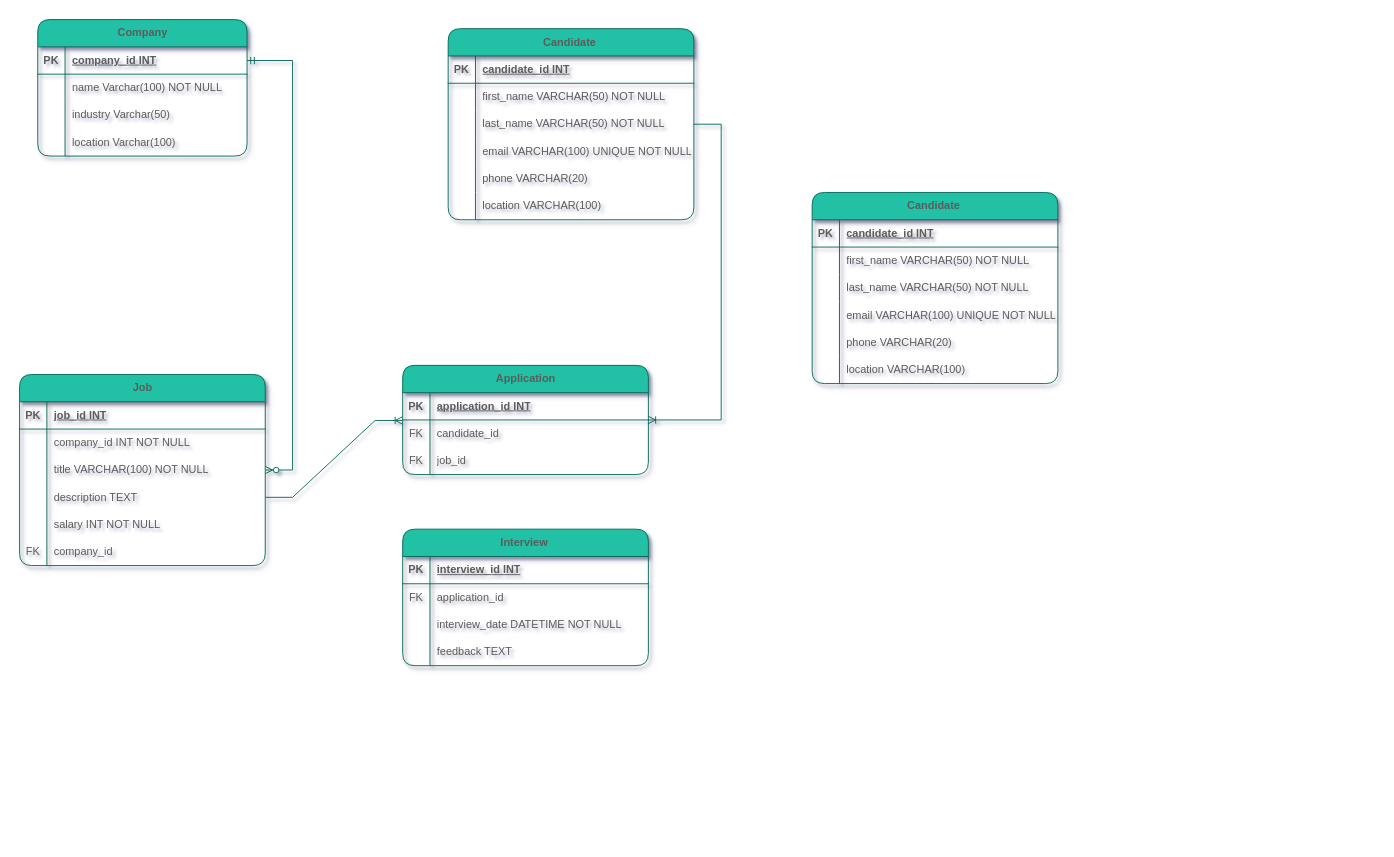
The draw.io diagram recruitment_agency .drawio in er1k23/DB_Diagrams, before the edit. Source tidied: cells renumbered, new cells numbered last; positions are measured from the earlier drawing's top-left corner, leaving out a move shared by most shapes. Both pictures are drawn from the tidied source at 91%, with x=0, y=0 at pixel (-16, 19).
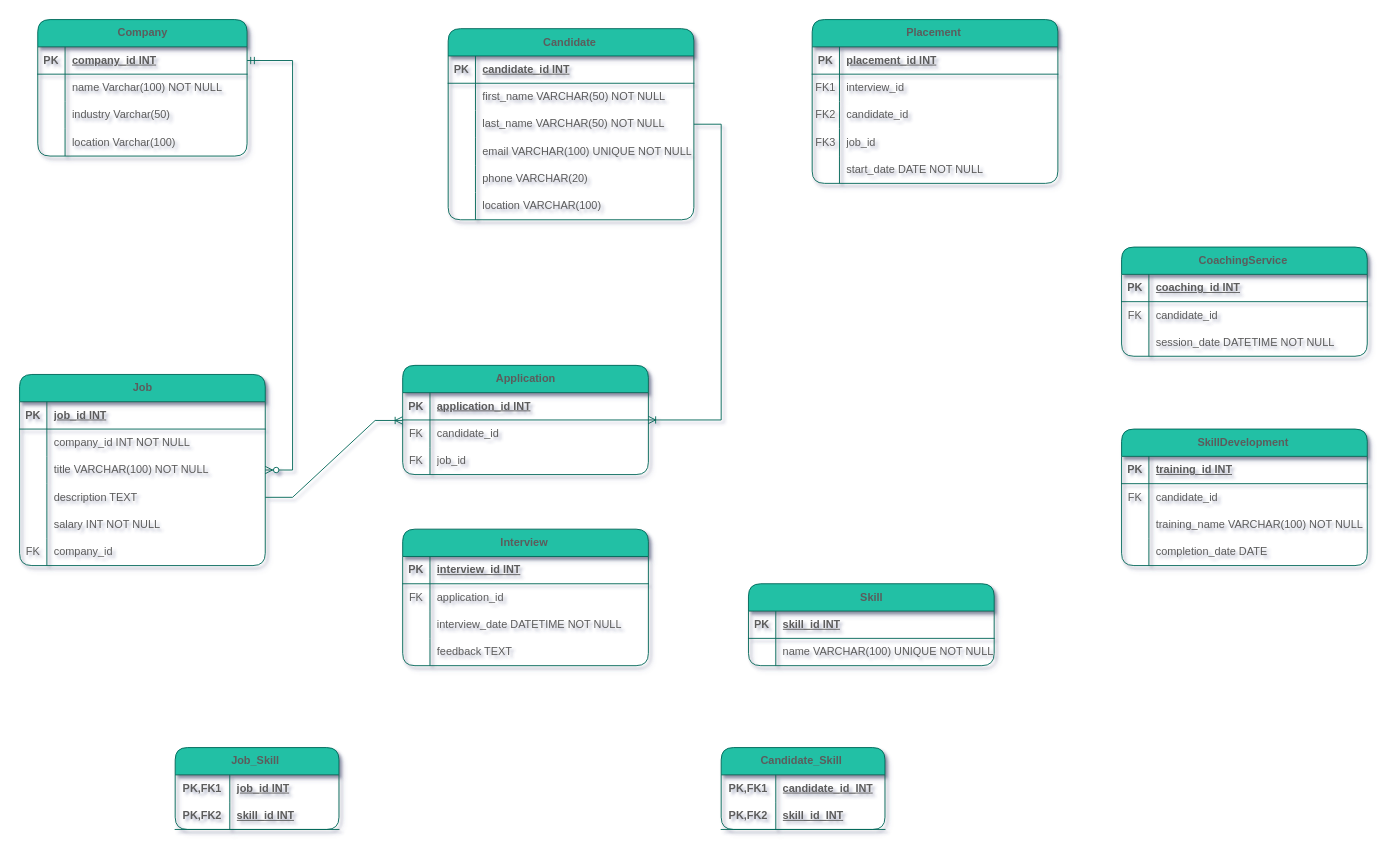
After the change.

The change refers to these unchanged cells:
```xml
<mxCell id="80" style="shape=tableRow;horizontal=0;startSize=0;swimlaneHead=0;swimlaneBody=0;fillColor=none;top=0;left=0;right=0;bottom=1;rounded=1;labelBackgroundColor=none;strokeColor=#006658;fontColor=#5C5C5C;" parent="79" vertex="1">
  <mxGeometry y="30" width="270" height="30" as="geometry" />
</mxCell>
<mxCell id="83" style="shape=tableRow;horizontal=0;startSize=0;swimlaneHead=0;swimlaneBody=0;fillColor=none;top=0;left=0;right=0;bottom=0;rounded=1;labelBackgroundColor=none;strokeColor=#006658;fontColor=#5C5C5C;" parent="79" vertex="1">
  <mxGeometry y="60" width="270" height="30" as="geometry" />
</mxCell>
<mxCell id="86" style="shape=tableRow;horizontal=0;startSize=0;swimlaneHead=0;swimlaneBody=0;fillColor=none;top=0;left=0;right=0;bottom=0;rounded=1;labelBackgroundColor=none;strokeColor=#006658;fontColor=#5C5C5C;" parent="79" vertex="1">
  <mxGeometry y="90" width="270" height="30" as="geometry" />
</mxCell>
<mxCell id="89" style="shape=tableRow;horizontal=0;startSize=0;swimlaneHead=0;swimlaneBody=0;fillColor=none;top=0;left=0;right=0;bottom=0;rounded=1;labelBackgroundColor=none;strokeColor=#006658;fontColor=#5C5C5C;" parent="79" vertex="1">
  <mxGeometry y="120" width="270" height="30" as="geometry" />
</mxCell>
<mxCell id="92" style="shape=tableRow;horizontal=0;startSize=0;swimlaneHead=0;swimlaneBody=0;fillColor=none;top=0;left=0;right=0;bottom=0;rounded=1;labelBackgroundColor=none;strokeColor=#006658;fontColor=#5C5C5C;" parent="79" vertex="1">
  <mxGeometry y="150" width="270" height="30" as="geometry" />
</mxCell>
```

The edit, as a diff of the source:
```diff
@@
-    <mxCell id="79" value="Candidate&amp;nbsp; " style="shape=table;startSize=30;childLayout=tableLayout;rowLines=0;fontStyle=1;align=center;html=1;rounded=1;shadow=1;labelBackgroundColor=none;fillColor=#21C0A5;strokeColor=#006658;fontColor=#5C5C5C;" parent="1" vertex="1">
-      <mxGeometry x="910" y="190" width="270" height="210" as="geometry" />
+    <mxCell id="79" value="Placement&amp;nbsp; " style="shape=table;startSize=30;childLayout=tableLayout;rowLines=0;fontStyle=1;align=center;html=1;rounded=1;shadow=1;labelBackgroundColor=none;fillColor=#21C0A5;strokeColor=#006658;fontColor=#5C5C5C;" parent="1" vertex="1">
+      <mxGeometry x="910" width="270" height="180" as="geometry" />
     </mxCell>
@@
-    <mxCell id="82" value="candidate_id INT" style="shape=partialRectangle;fillColor=none;top=0;left=0;bottom=0;right=0;align=left;spacingLeft=6;fontStyle=5;overflow=hidden;whiteSpace=wrap;html=1;rounded=1;labelBackgroundColor=none;strokeColor=#006658;fontColor=#5C5C5C;" parent="80" vertex="1">
+    <mxCell id="82" value="placement_id INT" style="shape=partialRectangle;fillColor=none;top=0;left=0;bottom=0;right=0;align=left;spacingLeft=6;fontStyle=5;overflow=hidden;whiteSpace=wrap;html=1;rounded=1;labelBackgroundColor=none;strokeColor=#006658;fontColor=#5C5C5C;" parent="80" vertex="1">
       <mxGeometry x="30" width="240" height="30" as="geometry" />
     </mxCell>
@@
-    <mxCell id="84" style="shape=partialRectangle;fillColor=none;top=0;left=0;bottom=0;right=0;overflow=hidden;whiteSpace=wrap;html=1;rounded=1;labelBackgroundColor=none;strokeColor=#006658;fontColor=#5C5C5C;" parent="83" vertex="1">
+    <mxCell id="84" value="FK1" style="shape=partialRectangle;fillColor=none;top=0;left=0;bottom=0;right=0;overflow=hidden;whiteSpace=wrap;html=1;rounded=1;labelBackgroundColor=none;strokeColor=#006658;fontColor=#5C5C5C;" parent="83" vertex="1">
       <mxGeometry width="30" height="30" as="geometry" />
     </mxCell>
-    <mxCell id="85" value="&lt;div&gt;first_name VARCHAR(50) NOT NULL&lt;/div&gt;" style="shape=partialRectangle;fillColor=none;top=0;left=0;bottom=0;right=0;align=left;spacingLeft=6;overflow=hidden;whiteSpace=wrap;html=1;rounded=1;labelBackgroundColor=none;strokeColor=#006658;fontColor=#5C5C5C;" parent="83" vertex="1">
+    <mxCell id="85" value="&lt;div&gt;interview_id&amp;nbsp;&lt;/div&gt;" style="shape=partialRectangle;fillColor=none;top=0;left=0;bottom=0;right=0;align=left;spacingLeft=6;overflow=hidden;whiteSpace=wrap;html=1;rounded=1;labelBackgroundColor=none;strokeColor=#006658;fontColor=#5C5C5C;" parent="83" vertex="1">
       <mxGeometry x="30" width="240" height="30" as="geometry" />
     </mxCell>
@@
-    <mxCell id="87" style="shape=partialRectangle;fillColor=none;top=0;left=0;bottom=0;right=0;overflow=hidden;whiteSpace=wrap;html=1;rounded=1;labelBackgroundColor=none;strokeColor=#006658;fontColor=#5C5C5C;" parent="86" vertex="1">
+    <mxCell id="87" value="FK2" style="shape=partialRectangle;fillColor=none;top=0;left=0;bottom=0;right=0;overflow=hidden;whiteSpace=wrap;html=1;rounded=1;labelBackgroundColor=none;strokeColor=#006658;fontColor=#5C5C5C;" parent="86" vertex="1">
       <mxGeometry width="30" height="30" as="geometry" />
     </mxCell>
-    <mxCell id="88" value="last_name VARCHAR(50) NOT NULL" style="shape=partialRectangle;fillColor=none;top=0;left=0;bottom=0;right=0;align=left;spacingLeft=6;overflow=hidden;whiteSpace=wrap;html=1;rounded=1;labelBackgroundColor=none;strokeColor=#006658;fontColor=#5C5C5C;" parent="86" vertex="1">
+    <mxCell id="88" value="candidate_id&amp;nbsp;" style="shape=partialRectangle;fillColor=none;top=0;left=0;bottom=0;right=0;align=left;spacingLeft=6;overflow=hidden;whiteSpace=wrap;html=1;rounded=1;labelBackgroundColor=none;strokeColor=#006658;fontColor=#5C5C5C;" parent="86" vertex="1">
       <mxGeometry x="30" width="240" height="30" as="geometry" />
     </mxCell>
@@
-    <mxCell id="90" style="shape=partialRectangle;fillColor=none;top=0;left=0;bottom=0;right=0;overflow=hidden;whiteSpace=wrap;html=1;rounded=1;labelBackgroundColor=none;strokeColor=#006658;fontColor=#5C5C5C;" parent="89" vertex="1">
+    <mxCell id="90" value="FK3" style="shape=partialRectangle;fillColor=none;top=0;left=0;bottom=0;right=0;overflow=hidden;whiteSpace=wrap;html=1;rounded=1;labelBackgroundColor=none;strokeColor=#006658;fontColor=#5C5C5C;" parent="89" vertex="1">
       <mxGeometry width="30" height="30" as="geometry" />
     </mxCell>
-    <mxCell id="91" value="email VARCHAR(100) UNIQUE NOT NULL" style="shape=partialRectangle;fillColor=none;top=0;left=0;bottom=0;right=0;align=left;spacingLeft=6;overflow=hidden;whiteSpace=wrap;html=1;rounded=1;labelBackgroundColor=none;strokeColor=#006658;fontColor=#5C5C5C;" parent="89" vertex="1">
+    <mxCell id="91" value="job_id&amp;nbsp;" style="shape=partialRectangle;fillColor=none;top=0;left=0;bottom=0;right=0;align=left;spacingLeft=6;overflow=hidden;whiteSpace=wrap;html=1;rounded=1;labelBackgroundColor=none;strokeColor=#006658;fontColor=#5C5C5C;" parent="89" vertex="1">
       <mxGeometry x="30" width="240" height="30" as="geometry" />
     </mxCell>
@@
-    <mxCell id="94" value="phone VARCHAR(20)" style="shape=partialRectangle;fillColor=none;top=0;left=0;bottom=0;right=0;align=left;spacingLeft=6;overflow=hidden;whiteSpace=wrap;html=1;rounded=1;labelBackgroundColor=none;strokeColor=#006658;fontColor=#5C5C5C;" parent="92" vertex="1">
+    <mxCell id="94" value="start_date DATE NOT NULL" style="shape=partialRectangle;fillColor=none;top=0;left=0;bottom=0;right=0;align=left;spacingLeft=6;overflow=hidden;whiteSpace=wrap;html=1;rounded=1;labelBackgroundColor=none;strokeColor=#006658;fontColor=#5C5C5C;" parent="92" vertex="1">
       <mxGeometry x="30" width="240" height="30" as="geometry" />
     </mxCell>
-    <mxCell id="95" style="shape=tableRow;horizontal=0;startSize=0;swimlaneHead=0;swimlaneBody=0;fillColor=none;top=0;left=0;right=0;bottom=0;rounded=1;labelBackgroundColor=none;strokeColor=#006658;fontColor=#5C5C5C;" parent="79" vertex="1">
-      <mxGeometry y="180" width="270" height="30" as="geometry" />
-    </mxCell>
-    <mxCell id="96" style="shape=partialRectangle;fillColor=none;top=0;left=0;bottom=0;right=0;overflow=hidden;whiteSpace=wrap;html=1;rounded=1;labelBackgroundColor=none;strokeColor=#006658;fontColor=#5C5C5C;" parent="95" vertex="1">
-      <mxGeometry width="30" height="30" as="geometry" />
-    </mxCell>
-    <mxCell id="97" value="location VARCHAR(100)" style="shape=partialRectangle;fillColor=none;top=0;left=0;bottom=0;right=0;align=left;spacingLeft=6;overflow=hidden;whiteSpace=wrap;html=1;rounded=1;labelBackgroundColor=none;strokeColor=#006658;fontColor=#5C5C5C;" parent="95" vertex="1">
-      <mxGeometry x="30" width="240" height="30" as="geometry" />
-    </mxCell>
+    <mxCell id="98" value="Skill" style="shape=table;startSize=30;childLayout=tableLayout;rowLines=0;fontStyle=1;align=center;html=1;rounded=1;shadow=1;labelBackgroundColor=none;fillColor=#21C0A5;strokeColor=#006658;fontColor=#5C5C5C;" parent="1" vertex="1">
+      <mxGeometry x="840" y="620" width="270" height="90" as="geometry" />
+    </mxCell>
+    <mxCell id="99" style="shape=tableRow;horizontal=0;startSize=0;swimlaneHead=0;swimlaneBody=0;fillColor=none;top=0;left=0;right=0;bottom=1;rounded=1;labelBackgroundColor=none;strokeColor=#006658;fontColor=#5C5C5C;" parent="98" vertex="1">
+      <mxGeometry y="30" width="270" height="30" as="geometry" />
+    </mxCell>
+    <mxCell id="100" value="PK" style="shape=partialRectangle;fillColor=none;top=0;left=0;bottom=0;right=0;fontStyle=1;overflow=hidden;whiteSpace=wrap;html=1;rounded=1;labelBackgroundColor=none;strokeColor=#006658;fontColor=#5C5C5C;" parent="99" vertex="1">
+      <mxGeometry width="30" height="30" as="geometry" />
+    </mxCell>
+    <mxCell id="101" value="skill_id INT" style="shape=partialRectangle;fillColor=none;top=0;left=0;bottom=0;right=0;align=left;spacingLeft=6;fontStyle=5;overflow=hidden;whiteSpace=wrap;html=1;rounded=1;labelBackgroundColor=none;strokeColor=#006658;fontColor=#5C5C5C;" parent="99" vertex="1">
+      <mxGeometry x="30" width="240" height="30" as="geometry" />
+    </mxCell>
+    <mxCell id="102" style="shape=tableRow;horizontal=0;startSize=0;swimlaneHead=0;swimlaneBody=0;fillColor=none;top=0;left=0;right=0;bottom=0;rounded=1;labelBackgroundColor=none;strokeColor=#006658;fontColor=#5C5C5C;" parent="98" vertex="1">
+      <mxGeometry y="60" width="270" height="30" as="geometry" />
+    </mxCell>
+    <mxCell id="103" style="shape=partialRectangle;fillColor=none;top=0;left=0;bottom=0;right=0;overflow=hidden;whiteSpace=wrap;html=1;rounded=1;labelBackgroundColor=none;strokeColor=#006658;fontColor=#5C5C5C;" parent="102" vertex="1">
+      <mxGeometry width="30" height="30" as="geometry" />
+    </mxCell>
+    <mxCell id="104" value="&lt;div&gt;name VARCHAR(100) UNIQUE NOT NULL&lt;/div&gt;" style="shape=partialRectangle;fillColor=none;top=0;left=0;bottom=0;right=0;align=left;spacingLeft=6;overflow=hidden;whiteSpace=wrap;html=1;rounded=1;labelBackgroundColor=none;strokeColor=#006658;fontColor=#5C5C5C;" parent="102" vertex="1">
+      <mxGeometry x="30" width="240" height="30" as="geometry" />
+    </mxCell>
+    <mxCell id="105" value="Candidate_Skill&amp;nbsp;" style="shape=table;startSize=30;childLayout=tableLayout;rowLines=0;fontStyle=1;align=center;html=1;whiteSpace=wrap;strokeColor=#006658;fontColor=#5C5C5C;fillColor=#21C0A5;rounded=1;shadow=1;" parent="1" vertex="1">
+      <mxGeometry x="810" y="800" width="180" height="90" as="geometry" />
+    </mxCell>
+    <mxCell id="106" style="shape=tableRow;horizontal=0;startSize=0;swimlaneHead=0;swimlaneBody=0;fillColor=none;top=0;left=0;right=0;bottom=0;html=1;strokeColor=#006658;fontColor=#5C5C5C;" parent="105" vertex="1">
+      <mxGeometry y="30" width="180" height="30" as="geometry" />
+    </mxCell>
+    <mxCell id="107" value="PK,FK1" style="shape=partialRectangle;fillColor=none;top=0;left=0;bottom=0;right=0;fontStyle=1;overflow=hidden;html=1;whiteSpace=wrap;strokeColor=#006658;fontColor=#5C5C5C;" parent="106" vertex="1">
+      <mxGeometry width="60" height="30" as="geometry" />
+    </mxCell>
+    <mxCell id="108" value="candidate_id_INT" style="shape=partialRectangle;fillColor=none;top=0;left=0;bottom=0;right=0;align=left;spacingLeft=6;fontStyle=5;overflow=hidden;html=1;whiteSpace=wrap;strokeColor=#006658;fontColor=#5C5C5C;" parent="106" vertex="1">
+      <mxGeometry x="60" width="120" height="30" as="geometry" />
+    </mxCell>
+    <mxCell id="109" style="shape=tableRow;horizontal=0;startSize=0;swimlaneHead=0;swimlaneBody=0;fillColor=none;top=0;left=0;right=0;bottom=1;html=1;strokeColor=#006658;fontColor=#5C5C5C;" parent="105" vertex="1">
+      <mxGeometry y="60" width="180" height="30" as="geometry" />
+    </mxCell>
+    <mxCell id="110" value="PK,FK2" style="shape=partialRectangle;fillColor=none;top=0;left=0;bottom=0;right=0;fontStyle=1;overflow=hidden;html=1;whiteSpace=wrap;strokeColor=#006658;fontColor=#5C5C5C;" parent="109" vertex="1">
+      <mxGeometry width="60" height="30" as="geometry" />
+    </mxCell>
+    <mxCell id="111" value="skill_id_INT" style="shape=partialRectangle;fillColor=none;top=0;left=0;bottom=0;right=0;align=left;spacingLeft=6;fontStyle=5;overflow=hidden;html=1;whiteSpace=wrap;strokeColor=#006658;fontColor=#5C5C5C;" parent="109" vertex="1">
+      <mxGeometry x="60" width="120" height="30" as="geometry" />
+    </mxCell>
+    <mxCell id="112" value="Job_Skill&amp;nbsp;" style="shape=table;startSize=30;childLayout=tableLayout;rowLines=0;fontStyle=1;align=center;html=1;whiteSpace=wrap;strokeColor=#006658;fontColor=#5C5C5C;fillColor=#21C0A5;rounded=1;shadow=1;" parent="1" vertex="1">
+      <mxGeometry x="210" y="800" width="180" height="90" as="geometry" />
+    </mxCell>
+    <mxCell id="113" style="shape=tableRow;horizontal=0;startSize=0;swimlaneHead=0;swimlaneBody=0;fillColor=none;top=0;left=0;right=0;bottom=0;html=1;strokeColor=#006658;fontColor=#5C5C5C;" parent="112" vertex="1">
+      <mxGeometry y="30" width="180" height="30" as="geometry" />
+    </mxCell>
+    <mxCell id="114" value="PK,FK1" style="shape=partialRectangle;fillColor=none;top=0;left=0;bottom=0;right=0;fontStyle=1;overflow=hidden;html=1;whiteSpace=wrap;strokeColor=#006658;fontColor=#5C5C5C;" parent="113" vertex="1">
+      <mxGeometry width="60" height="30" as="geometry" />
+    </mxCell>
+    <mxCell id="115" value="job_id INT" style="shape=partialRectangle;fillColor=none;top=0;left=0;bottom=0;right=0;align=left;spacingLeft=6;fontStyle=5;overflow=hidden;html=1;whiteSpace=wrap;strokeColor=#006658;fontColor=#5C5C5C;" parent="113" vertex="1">
+      <mxGeometry x="60" width="120" height="30" as="geometry" />
+    </mxCell>
+    <mxCell id="116" style="shape=tableRow;horizontal=0;startSize=0;swimlaneHead=0;swimlaneBody=0;fillColor=none;top=0;left=0;right=0;bottom=1;html=1;strokeColor=#006658;fontColor=#5C5C5C;" parent="112" vertex="1">
+      <mxGeometry y="60" width="180" height="30" as="geometry" />
+    </mxCell>
+    <mxCell id="117" value="PK,FK2" style="shape=partialRectangle;fillColor=none;top=0;left=0;bottom=0;right=0;fontStyle=1;overflow=hidden;html=1;whiteSpace=wrap;strokeColor=#006658;fontColor=#5C5C5C;" parent="116" vertex="1">
+      <mxGeometry width="60" height="30" as="geometry" />
+    </mxCell>
+    <mxCell id="118" value="skill_id&amp;nbsp;INT" style="shape=partialRectangle;fillColor=none;top=0;left=0;bottom=0;right=0;align=left;spacingLeft=6;fontStyle=5;overflow=hidden;html=1;whiteSpace=wrap;strokeColor=#006658;fontColor=#5C5C5C;" parent="116" vertex="1">
+      <mxGeometry x="60" width="120" height="30" as="geometry" />
+    </mxCell>
+    <mxCell id="119" value="SkillDevelopment&amp;nbsp;" style="shape=table;startSize=30;childLayout=tableLayout;rowLines=0;fontStyle=1;align=center;html=1;rounded=1;shadow=1;labelBackgroundColor=none;fillColor=#21C0A5;strokeColor=#006658;fontColor=#5C5C5C;" parent="1" vertex="1">
+      <mxGeometry x="1250" y="450" width="270" height="150" as="geometry" />
+    </mxCell>
+    <mxCell id="120" style="shape=tableRow;horizontal=0;startSize=0;swimlaneHead=0;swimlaneBody=0;fillColor=none;top=0;left=0;right=0;bottom=1;rounded=1;labelBackgroundColor=none;strokeColor=#006658;fontColor=#5C5C5C;" parent="119" vertex="1">
+      <mxGeometry y="30" width="270" height="30" as="geometry" />
+    </mxCell>
+    <mxCell id="121" value="PK" style="shape=partialRectangle;fillColor=none;top=0;left=0;bottom=0;right=0;fontStyle=1;overflow=hidden;whiteSpace=wrap;html=1;rounded=1;labelBackgroundColor=none;strokeColor=#006658;fontColor=#5C5C5C;" parent="120" vertex="1">
+      <mxGeometry width="30" height="30" as="geometry" />
+    </mxCell>
+    <mxCell id="122" value="training_id&amp;nbsp;INT" style="shape=partialRectangle;fillColor=none;top=0;left=0;bottom=0;right=0;align=left;spacingLeft=6;fontStyle=5;overflow=hidden;whiteSpace=wrap;html=1;rounded=1;labelBackgroundColor=none;strokeColor=#006658;fontColor=#5C5C5C;" parent="120" vertex="1">
+      <mxGeometry x="30" width="240" height="30" as="geometry" />
+    </mxCell>
+    <mxCell id="123" style="shape=tableRow;horizontal=0;startSize=0;swimlaneHead=0;swimlaneBody=0;fillColor=none;top=0;left=0;right=0;bottom=0;rounded=1;labelBackgroundColor=none;strokeColor=#006658;fontColor=#5C5C5C;" parent="119" vertex="1">
+      <mxGeometry y="60" width="270" height="30" as="geometry" />
+    </mxCell>
+    <mxCell id="124" value="FK" style="shape=partialRectangle;fillColor=none;top=0;left=0;bottom=0;right=0;overflow=hidden;whiteSpace=wrap;html=1;rounded=1;labelBackgroundColor=none;strokeColor=#006658;fontColor=#5C5C5C;" parent="123" vertex="1">
+      <mxGeometry width="30" height="30" as="geometry" />
+    </mxCell>
+    <mxCell id="125" value="&lt;div&gt;candidate_id&amp;nbsp;&lt;/div&gt;" style="shape=partialRectangle;fillColor=none;top=0;left=0;bottom=0;right=0;align=left;spacingLeft=6;overflow=hidden;whiteSpace=wrap;html=1;rounded=1;labelBackgroundColor=none;strokeColor=#006658;fontColor=#5C5C5C;" parent="123" vertex="1">
+      <mxGeometry x="30" width="240" height="30" as="geometry" />
+    </mxCell>
+    <mxCell id="126" style="shape=tableRow;horizontal=0;startSize=0;swimlaneHead=0;swimlaneBody=0;fillColor=none;top=0;left=0;right=0;bottom=0;rounded=1;labelBackgroundColor=none;strokeColor=#006658;fontColor=#5C5C5C;" parent="119" vertex="1">
+      <mxGeometry y="90" width="270" height="30" as="geometry" />
+    </mxCell>
+    <mxCell id="127" style="shape=partialRectangle;fillColor=none;top=0;left=0;bottom=0;right=0;overflow=hidden;whiteSpace=wrap;html=1;rounded=1;labelBackgroundColor=none;strokeColor=#006658;fontColor=#5C5C5C;" parent="126" vertex="1">
+      <mxGeometry width="30" height="30" as="geometry" />
+    </mxCell>
+    <mxCell id="128" value="training_name VARCHAR(100) NOT NULL" style="shape=partialRectangle;fillColor=none;top=0;left=0;bottom=0;right=0;align=left;spacingLeft=6;overflow=hidden;whiteSpace=wrap;html=1;rounded=1;labelBackgroundColor=none;strokeColor=#006658;fontColor=#5C5C5C;" parent="126" vertex="1">
+      <mxGeometry x="30" width="240" height="30" as="geometry" />
+    </mxCell>
+    <mxCell id="129" style="shape=tableRow;horizontal=0;startSize=0;swimlaneHead=0;swimlaneBody=0;fillColor=none;top=0;left=0;right=0;bottom=0;rounded=1;labelBackgroundColor=none;strokeColor=#006658;fontColor=#5C5C5C;" parent="119" vertex="1">
+      <mxGeometry y="120" width="270" height="30" as="geometry" />
+    </mxCell>
+    <mxCell id="130" style="shape=partialRectangle;fillColor=none;top=0;left=0;bottom=0;right=0;overflow=hidden;whiteSpace=wrap;html=1;rounded=1;labelBackgroundColor=none;strokeColor=#006658;fontColor=#5C5C5C;" parent="129" vertex="1">
+      <mxGeometry width="30" height="30" as="geometry" />
+    </mxCell>
+    <mxCell id="131" value="completion_date DATE" style="shape=partialRectangle;fillColor=none;top=0;left=0;bottom=0;right=0;align=left;spacingLeft=6;overflow=hidden;whiteSpace=wrap;html=1;rounded=1;labelBackgroundColor=none;strokeColor=#006658;fontColor=#5C5C5C;" parent="129" vertex="1">
+      <mxGeometry x="30" width="240" height="30" as="geometry" />
+    </mxCell>
+    <mxCell id="132" value="CoachingService&amp;nbsp;" style="shape=table;startSize=30;childLayout=tableLayout;rowLines=0;fontStyle=1;align=center;html=1;rounded=1;shadow=1;labelBackgroundColor=none;fillColor=#21C0A5;strokeColor=#006658;fontColor=#5C5C5C;" parent="1" vertex="1">
+      <mxGeometry x="1250" y="250" width="270" height="120" as="geometry" />
+    </mxCell>
+    <mxCell id="133" style="shape=tableRow;horizontal=0;startSize=0;swimlaneHead=0;swimlaneBody=0;fillColor=none;top=0;left=0;right=0;bottom=1;rounded=1;labelBackgroundColor=none;strokeColor=#006658;fontColor=#5C5C5C;" parent="132" vertex="1">
+      <mxGeometry y="30" width="270" height="30" as="geometry" />
+    </mxCell>
+    <mxCell id="134" value="PK" style="shape=partialRectangle;fillColor=none;top=0;left=0;bottom=0;right=0;fontStyle=1;overflow=hidden;whiteSpace=wrap;html=1;rounded=1;labelBackgroundColor=none;strokeColor=#006658;fontColor=#5C5C5C;" parent="133" vertex="1">
+      <mxGeometry width="30" height="30" as="geometry" />
+    </mxCell>
+    <mxCell id="135" value="coaching_id&amp;nbsp;INT" style="shape=partialRectangle;fillColor=none;top=0;left=0;bottom=0;right=0;align=left;spacingLeft=6;fontStyle=5;overflow=hidden;whiteSpace=wrap;html=1;rounded=1;labelBackgroundColor=none;strokeColor=#006658;fontColor=#5C5C5C;" parent="133" vertex="1">
+      <mxGeometry x="30" width="240" height="30" as="geometry" />
+    </mxCell>
+    <mxCell id="136" style="shape=tableRow;horizontal=0;startSize=0;swimlaneHead=0;swimlaneBody=0;fillColor=none;top=0;left=0;right=0;bottom=0;rounded=1;labelBackgroundColor=none;strokeColor=#006658;fontColor=#5C5C5C;" parent="132" vertex="1">
+      <mxGeometry y="60" width="270" height="30" as="geometry" />
+    </mxCell>
+    <mxCell id="137" value="FK" style="shape=partialRectangle;fillColor=none;top=0;left=0;bottom=0;right=0;overflow=hidden;whiteSpace=wrap;html=1;rounded=1;labelBackgroundColor=none;strokeColor=#006658;fontColor=#5C5C5C;" parent="136" vertex="1">
+      <mxGeometry width="30" height="30" as="geometry" />
+    </mxCell>
+    <mxCell id="138" value="&lt;div&gt;candidate_id&amp;nbsp;&lt;/div&gt;" style="shape=partialRectangle;fillColor=none;top=0;left=0;bottom=0;right=0;align=left;spacingLeft=6;overflow=hidden;whiteSpace=wrap;html=1;rounded=1;labelBackgroundColor=none;strokeColor=#006658;fontColor=#5C5C5C;" parent="136" vertex="1">
+      <mxGeometry x="30" width="240" height="30" as="geometry" />
+    </mxCell>
+    <mxCell id="139" style="shape=tableRow;horizontal=0;startSize=0;swimlaneHead=0;swimlaneBody=0;fillColor=none;top=0;left=0;right=0;bottom=0;rounded=1;labelBackgroundColor=none;strokeColor=#006658;fontColor=#5C5C5C;" parent="132" vertex="1">
+      <mxGeometry y="90" width="270" height="30" as="geometry" />
+    </mxCell>
+    <mxCell id="140" style="shape=partialRectangle;fillColor=none;top=0;left=0;bottom=0;right=0;overflow=hidden;whiteSpace=wrap;html=1;rounded=1;labelBackgroundColor=none;strokeColor=#006658;fontColor=#5C5C5C;" parent="139" vertex="1">
+      <mxGeometry width="30" height="30" as="geometry" />
+    </mxCell>
+    <mxCell id="141" value="session_date DATETIME NOT NULL" style="shape=partialRectangle;fillColor=none;top=0;left=0;bottom=0;right=0;align=left;spacingLeft=6;overflow=hidden;whiteSpace=wrap;html=1;rounded=1;labelBackgroundColor=none;strokeColor=#006658;fontColor=#5C5C5C;" parent="139" vertex="1">
+      <mxGeometry x="30" width="240" height="30" as="geometry" />
+    </mxCell>
```
